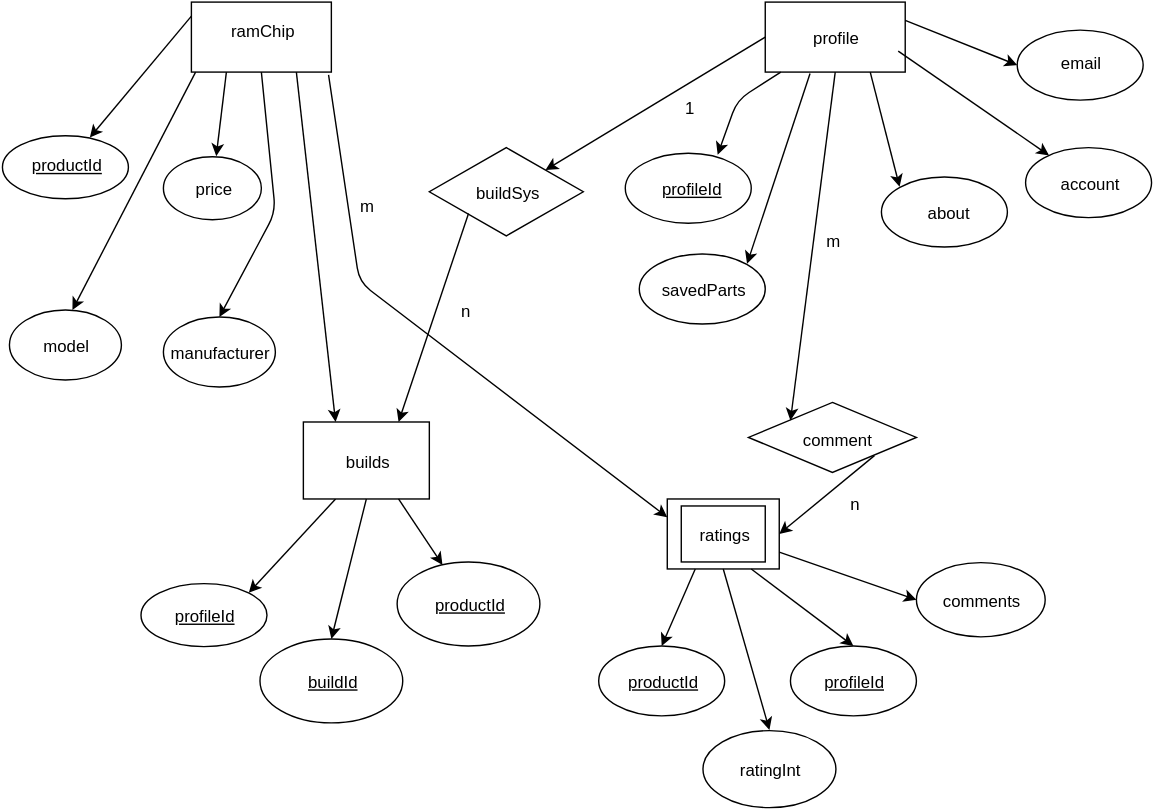
elainethomas/pcpartpickerdotcom keeps this draw.io diagram as pcpartpickerdotcom.svg. Above is the earlier version. Source tidied: cells renumbered, new cells last; positions are measured from the earlier drawing's top-left corner, leaving out a move shared by most shapes.
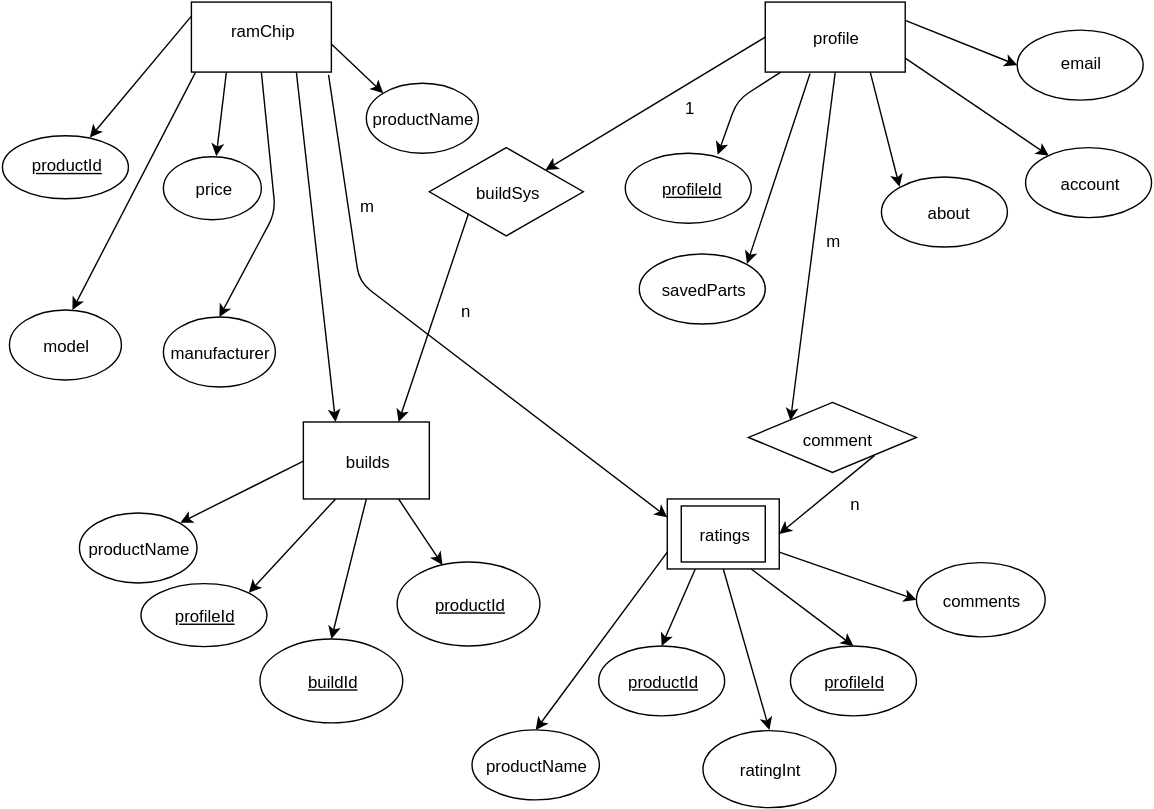
Later version of the same file.

What changed in the source:
```diff
@@ -142,8 +142,10 @@
     <mxCell id="44" value="savedParts" style="ellipse;whiteSpace=wrap;html=1;" parent="1" vertex="1">
       <mxGeometry x="455" y="180" width="90" height="50" as="geometry" />
     </mxCell>
-    <mxCell id="45" style="endArrow=classic;html=1;exitX=1;exitY=0.75;" parent="1" edge="1" source="19" target="43">
-      <mxGeometry relative="1" as="geometry" />
+    <mxCell id="45" style="endArrow=classic;html=1;" parent="1" edge="1" target="43">
+      <mxGeometry relative="1" as="geometry">
+        <mxPoint x="645" y="40" as="sourcePoint" />
+      </mxGeometry>
     </mxCell>
     <mxCell id="46" style="endArrow=classic;html=1;exitX=0.32;exitY=1.02;exitPerimeter=0;entryX=1;entryY=0;" parent="1" edge="1" source="3" target="44">
       <mxGeometry relative="1" as="geometry" />
@@ -191,5 +193,23 @@
     <mxCell id="59" style="endArrow=classic;html=1;exitX=0.75;exitY=1;entryX=0.25;entryY=0;" parent="1" edge="1" source="2" target="29">
       <mxGeometry relative="1" as="geometry" />
     </mxCell>
+    <mxCell id="60" value="productName" style="ellipse;whiteSpace=wrap;html=1;" parent="1" vertex="1">
+      <mxGeometry x="260" y="58" width="80" height="50" as="geometry" />
+    </mxCell>
+    <mxCell id="61" value="productName" style="ellipse;whiteSpace=wrap;html=1;" parent="1" vertex="1">
+      <mxGeometry x="335" y="520" width="91" height="50" as="geometry" />
+    </mxCell>
+    <mxCell id="62" value="productName" style="ellipse;whiteSpace=wrap;html=1;" parent="1" vertex="1">
+      <mxGeometry x="55" y="365" width="84" height="50" as="geometry" />
+    </mxCell>
+    <mxCell id="63" style="endArrow=classic;html=1;exitX=0;exitY=0.75;entryX=0.5;entryY=0;" parent="1" edge="1" source="21" target="61">
+      <mxGeometry relative="1" as="geometry" />
+    </mxCell>
+    <mxCell id="64" style="endArrow=classic;html=1;exitX=1;exitY=0.75;entryX=0;entryY=0;" parent="1" edge="1" source="18" target="60">
+      <mxGeometry relative="1" as="geometry" />
+    </mxCell>
+    <mxCell id="65" style="endArrow=classic;html=1;exitX=0;exitY=0.5;entryX=1;entryY=0;" parent="1" edge="1" source="29" target="62">
+      <mxGeometry relative="1" as="geometry" />
+    </mxCell>
   </root>
 </mxGraphModel>
```
